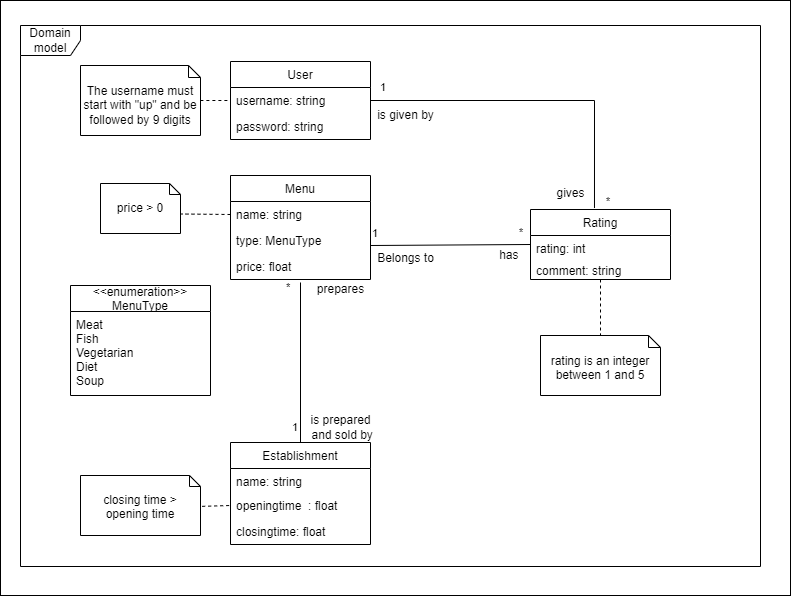
The draw.io diagram images/DomainModel.png in LEIC-ES-2021-22/2LEIC11T3, before a commit. Source tidied: cells renumbered, new cells last; positions are measured from the earlier drawing's top-left corner, leaving out a move shared by most shapes. Source of this version:
```xml
<mxGraphModel>
  <root>
    <mxCell id="0" />
    <mxCell id="1" parent="0" />
    <mxCell id="2" style="rounded=0;whiteSpace=wrap;html=1;" parent="1" vertex="1">
      <mxGeometry width="790" height="595" as="geometry" />
    </mxCell>
    <mxCell id="3" value="User" style="swimlane;fontStyle=0;horizontal=1;startSize=26;fillColor=none;" parent="1" vertex="1">
      <mxGeometry x="230" y="61" width="140" height="78" as="geometry" />
    </mxCell>
    <mxCell id="4" value="username: string" style="text;strokeColor=none;fillColor=none;align=left;verticalAlign=top;spacingLeft=4;spacingRight=4;overflow=hidden;points=[[0,0.5],[1,0.5]];portConstraint=eastwest;" parent="3" vertex="1">
      <mxGeometry y="26" width="140" height="26" as="geometry" />
    </mxCell>
    <mxCell id="5" value="password: string" style="text;strokeColor=none;fillColor=none;align=left;verticalAlign=top;spacingLeft=4;spacingRight=4;overflow=hidden;" parent="3" vertex="1">
      <mxGeometry y="52" width="140" height="26" as="geometry" />
    </mxCell>
    <mxCell id="6" value="Rating" style="swimlane;fontStyle=0;horizontal=1;startSize=26;fillColor=none;" parent="1" vertex="1">
      <mxGeometry x="530" y="209" width="140" height="70" as="geometry" />
    </mxCell>
    <mxCell id="7" value="rating: int" style="text;strokeColor=none;fillColor=none;align=left;verticalAlign=top;spacingLeft=4;spacingRight=4;overflow=hidden;" parent="6" vertex="1">
      <mxGeometry y="26" width="140" height="22" as="geometry" />
    </mxCell>
    <mxCell id="8" value="comment: string" style="text;strokeColor=none;fillColor=none;align=left;verticalAlign=top;spacingLeft=4;spacingRight=4;overflow=hidden;points=[[0,0.5],[1,0.5]];portConstraint=eastwest;" parent="6" vertex="1">
      <mxGeometry y="48" width="140" height="22" as="geometry" />
    </mxCell>
    <mxCell id="9" value="Domain model" style="shape=umlFrame;whiteSpace=wrap;html=1;" parent="1" vertex="1">
      <mxGeometry x="20" y="25" width="740" height="541" as="geometry" />
    </mxCell>
    <mxCell id="10" value="Menu" style="swimlane;fontStyle=0;horizontal=1;startSize=26;fillColor=none;" parent="1" vertex="1">
      <mxGeometry x="230" y="175" width="140" height="104" as="geometry" />
    </mxCell>
    <mxCell id="11" value="name: string" style="text;strokeColor=none;fillColor=none;align=left;verticalAlign=top;spacingLeft=4;spacingRight=4;overflow=hidden;points=[[0,0.5],[1,0.5]];portConstraint=eastwest;" parent="10" vertex="1">
      <mxGeometry y="26" width="140" height="26" as="geometry" />
    </mxCell>
    <mxCell id="12" value="type: MenuType" style="text;strokeColor=none;fillColor=none;align=left;verticalAlign=top;spacingLeft=4;spacingRight=4;overflow=hidden;" parent="10" vertex="1">
      <mxGeometry y="52" width="140" height="26" as="geometry" />
    </mxCell>
    <mxCell id="13" value="price: float&#10;" style="text;strokeColor=none;fillColor=none;align=left;verticalAlign=top;spacingLeft=4;spacingRight=4;overflow=hidden;points=[[0,0.5],[1,0.5]];portConstraint=eastwest;" parent="10" vertex="1">
      <mxGeometry y="78" width="140" height="26" as="geometry" />
    </mxCell>
    <mxCell id="14" style="endArrow=none;html=1;edgeStyle=orthogonalEdgeStyle;rounded=0;entryX=0;entryY=0.5;entryDx=0;entryDy=0;" parent="1" edge="1" target="6">
      <mxGeometry relative="1" as="geometry">
        <mxPoint x="370" y="251" as="sourcePoint" />
        <Array as="points">
          <mxPoint x="370" y="245" />
        </Array>
      </mxGeometry>
    </mxCell>
    <mxCell id="15" value="&lt;div&gt;1&lt;/div&gt;" style="edgeLabel;html=1;align=left;verticalAlign=bottom;" parent="14" vertex="1">
      <mxGeometry x="-1" relative="1" as="geometry">
        <mxPoint y="-10" as="offset" />
      </mxGeometry>
    </mxCell>
    <mxCell id="16" value="*" style="edgeLabel;html=1;align=right;verticalAlign=bottom;" parent="14" vertex="1">
      <mxGeometry x="1" relative="1" as="geometry">
        <mxPoint x="80" y="-35" as="offset" />
      </mxGeometry>
    </mxCell>
    <mxCell id="17" value="Establishment" style="swimlane;fontStyle=0;horizontal=1;startSize=26;fillColor=none;" parent="1" vertex="1">
      <mxGeometry x="230" y="442" width="140" height="102" as="geometry" />
    </mxCell>
    <mxCell id="18" value="name: string" style="text;strokeColor=none;fillColor=none;align=left;verticalAlign=top;spacingLeft=4;spacingRight=4;overflow=hidden;" parent="17" vertex="1">
      <mxGeometry y="26" width="140" height="24" as="geometry" />
    </mxCell>
    <mxCell id="19" value="openingtime  : float" style="text;strokeColor=none;fillColor=none;align=left;verticalAlign=top;spacingLeft=4;spacingRight=4;overflow=hidden;points=[[0,0.5],[1,0.5]];portConstraint=eastwest;" parent="17" vertex="1">
      <mxGeometry y="50" width="140" height="26" as="geometry" />
    </mxCell>
    <mxCell id="20" value="closingtime: float" style="text;strokeColor=none;fillColor=none;align=left;verticalAlign=top;spacingLeft=4;spacingRight=4;overflow=hidden;" parent="17" vertex="1">
      <mxGeometry y="76" width="140" height="26" as="geometry" />
    </mxCell>
    <mxCell id="21" style="endArrow=none;html=1;edgeStyle=orthogonalEdgeStyle;rounded=0;entryX=1;entryY=0.5;entryDx=0;entryDy=0;exitX=0.457;exitY=-0.021;exitDx=0;exitDy=0;exitPerimeter=0;" parent="1" edge="1" source="6" target="4">
      <mxGeometry relative="1" as="geometry">
        <Array as="points">
          <mxPoint x="594" y="100" />
        </Array>
      </mxGeometry>
    </mxCell>
    <mxCell id="22" value="1" style="edgeLabel;html=1;align=right;verticalAlign=bottom;" parent="21" vertex="1">
      <mxGeometry x="1" relative="1" as="geometry">
        <mxPoint x="16" y="-5" as="offset" />
      </mxGeometry>
    </mxCell>
    <mxCell id="23" value="The username must start with &quot;up&quot; and be followed by 9 digits" style="shape=note2;boundedLbl=1;whiteSpace=wrap;html=1;size=12;verticalAlign=top;align=center;" parent="1" vertex="1">
      <mxGeometry x="80" y="65" width="120" height="70" as="geometry" />
    </mxCell>
    <mxCell id="24" value="price &amp;gt; 0" style="shape=note2;boundedLbl=1;whiteSpace=wrap;html=1;size=11;verticalAlign=top;align=center;" parent="1" vertex="1">
      <mxGeometry x="100" y="183" width="80" height="50" as="geometry" />
    </mxCell>
    <mxCell id="25" value="rating is an integer between 1 and 5" style="shape=note2;boundedLbl=1;whiteSpace=wrap;html=1;size=12;verticalAlign=top;align=center;" parent="1" vertex="1">
      <mxGeometry x="540" y="335" width="120" height="60" as="geometry" />
    </mxCell>
    <mxCell id="26" style="endArrow=none;dashed=1;html=1;rounded=0;exitX=0.999;exitY=0.5;exitDx=0;exitDy=0;exitPerimeter=0;entryX=0;entryY=0.5;entryDx=0;entryDy=0;" parent="1" edge="1" source="23" target="4">
      <mxGeometry relative="1" as="geometry" />
    </mxCell>
    <mxCell id="27" value="&lt;&lt;enumeration&gt;&gt;&#10;MenuType" style="swimlane;fontStyle=0;horizontal=1;startSize=26;fillColor=none;" parent="1" vertex="1">
      <mxGeometry x="70" y="285" width="140" height="110" as="geometry" />
    </mxCell>
    <mxCell id="28" value="Meat&#10;Fish&#10;Vegetarian&#10;Diet&#10;Soup" style="text;strokeColor=none;fillColor=none;align=left;verticalAlign=top;spacingLeft=4;spacingRight=4;overflow=hidden;" parent="27" vertex="1">
      <mxGeometry y="26" width="140" height="84" as="geometry" />
    </mxCell>
    <mxCell id="29" style="endArrow=none;dashed=1;html=1;rounded=0;entryX=0.5;entryY=0;entryDx=0;entryDy=0;entryPerimeter=0;" parent="1" edge="1" source="8" target="25">
      <mxGeometry relative="1" as="geometry" />
    </mxCell>
    <mxCell id="30" style="endArrow=none;dashed=1;html=1;rounded=0;entryX=0;entryY=0;entryDx=80;entryDy=30.5;exitX=0;exitY=0.5;exitDx=0;exitDy=0;entryPerimeter=0;" parent="1" edge="1" source="11" target="24">
      <mxGeometry relative="1" as="geometry" />
    </mxCell>
    <mxCell id="31" value="closing time &amp;gt; opening time" style="shape=note2;boundedLbl=1;whiteSpace=wrap;html=1;size=11;verticalAlign=top;align=center;" parent="1" vertex="1">
      <mxGeometry x="80" y="475" width="120" height="60" as="geometry" />
    </mxCell>
    <mxCell id="32" style="endArrow=none;dashed=1;html=1;rounded=0;entryX=0;entryY=0.5;entryDx=0;entryDy=0;exitX=1.014;exitY=0.514;exitDx=0;exitDy=0;exitPerimeter=0;" parent="1" edge="1" source="31" target="19">
      <mxGeometry relative="1" as="geometry" />
    </mxCell>
    <mxCell id="33" style="endArrow=none;html=1;rounded=0;exitX=0.5;exitY=0;exitDx=0;exitDy=0;entryX=0.5;entryY=1.115;entryDx=0;entryDy=0;entryPerimeter=0;" parent="1" edge="1" source="17" target="13">
      <mxGeometry relative="1" as="geometry" />
    </mxCell>
    <mxCell id="34" value="&lt;div&gt;*&lt;/div&gt;" style="edgeLabel;html=1;align=left;verticalAlign=bottom;" parent="1" vertex="1">
      <mxGeometry x="360" y="233" as="geometry">
        <mxPoint x="-76" y="62" as="offset" />
      </mxGeometry>
    </mxCell>
    <mxCell id="35" value="&lt;div&gt;1&lt;/div&gt;" style="edgeLabel;html=1;align=left;verticalAlign=bottom;" parent="1" vertex="1">
      <mxGeometry x="290" y="435" as="geometry" />
    </mxCell>
    <mxCell id="36" value="prepares" style="text;html=1;align=center;verticalAlign=middle;strokeColor=none;fillColor=none;" parent="1" vertex="1">
      <mxGeometry x="310" y="279" width="60" height="20" as="geometry" />
    </mxCell>
    <mxCell id="37" value="is prepared&lt;br&gt;&amp;nbsp;and sold by" style="text;html=1;align=center;verticalAlign=middle;strokeColor=none;fillColor=none;" parent="1" vertex="1">
      <mxGeometry x="300" y="412" width="80" height="30" as="geometry" />
    </mxCell>
    <mxCell id="38" value="*" style="edgeLabel;html=1;align=right;verticalAlign=bottom;" parent="1" vertex="1">
      <mxGeometry x="620" y="214" as="geometry">
        <mxPoint x="-97" y="26" as="offset" />
      </mxGeometry>
    </mxCell>
    <mxCell id="39" value="gives" style="text;html=1;align=center;verticalAlign=middle;strokeColor=none;fillColor=none;" parent="1" vertex="1">
      <mxGeometry x="550" y="183" width="40" height="20" as="geometry" />
    </mxCell>
    <mxCell id="40" value="is given by" style="text;html=1;align=center;verticalAlign=middle;strokeColor=none;fillColor=none;" parent="1" vertex="1">
      <mxGeometry x="370" y="105" width="70" height="20" as="geometry" />
    </mxCell>
    <mxCell id="41" value="Belongs to" style="text;html=1;align=center;verticalAlign=middle;strokeColor=none;fillColor=none;" parent="1" vertex="1">
      <mxGeometry x="370" y="248" width="70" height="20" as="geometry" />
    </mxCell>
    <mxCell id="42" value="has&amp;nbsp;" style="text;html=1;align=center;verticalAlign=middle;strokeColor=none;fillColor=none;" parent="1" vertex="1">
      <mxGeometry x="490" y="245" width="40" height="20" as="geometry" />
    </mxCell>
  </root>
</mxGraphModel>
```
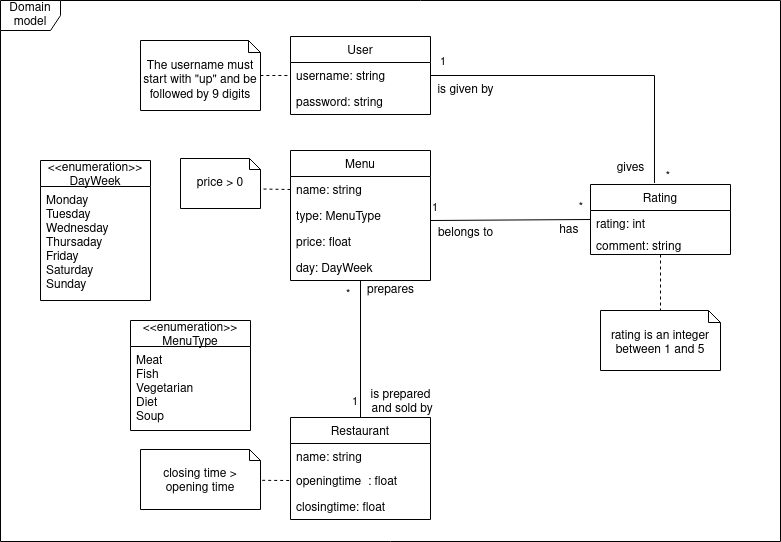
After the commit.

What changed in the source:
```diff
@@ -2,9 +2,6 @@
   <root>
     <mxCell id="0" />
     <mxCell id="1" parent="0" />
-    <mxCell id="2" style="rounded=0;whiteSpace=wrap;html=1;" parent="1" vertex="1">
-      <mxGeometry width="790" height="595" as="geometry" />
-    </mxCell>
     <mxCell id="3" value="User" style="swimlane;fontStyle=0;horizontal=1;startSize=26;fillColor=none;" parent="1" vertex="1">
       <mxGeometry x="230" y="61" width="140" height="78" as="geometry" />
     </mxCell>
@@ -24,10 +21,10 @@
       <mxGeometry y="48" width="140" height="22" as="geometry" />
     </mxCell>
     <mxCell id="9" value="Domain model" style="shape=umlFrame;whiteSpace=wrap;html=1;" parent="1" vertex="1">
-      <mxGeometry x="20" y="25" width="740" height="541" as="geometry" />
+      <mxGeometry x="-60" y="25" width="780" height="541" as="geometry" />
     </mxCell>
     <mxCell id="10" value="Menu" style="swimlane;fontStyle=0;horizontal=1;startSize=26;fillColor=none;" parent="1" vertex="1">
-      <mxGeometry x="230" y="175" width="140" height="104" as="geometry" />
+      <mxGeometry x="230" y="175" width="140" height="130" as="geometry" />
     </mxCell>
     <mxCell id="11" value="name: string" style="text;strokeColor=none;fillColor=none;align=left;verticalAlign=top;spacingLeft=4;spacingRight=4;overflow=hidden;points=[[0,0.5],[1,0.5]];portConstraint=eastwest;" parent="10" vertex="1">
       <mxGeometry y="26" width="140" height="26" as="geometry" />
@@ -38,6 +35,9 @@
     <mxCell id="13" value="price: float&#10;" style="text;strokeColor=none;fillColor=none;align=left;verticalAlign=top;spacingLeft=4;spacingRight=4;overflow=hidden;points=[[0,0.5],[1,0.5]];portConstraint=eastwest;" parent="10" vertex="1">
       <mxGeometry y="78" width="140" height="26" as="geometry" />
     </mxCell>
+    <mxCell id="43" value="day: DayWeek" style="text;strokeColor=none;fillColor=none;align=left;verticalAlign=top;spacingLeft=4;spacingRight=4;overflow=hidden;" parent="10" vertex="1">
+      <mxGeometry y="104" width="140" height="26" as="geometry" />
+    </mxCell>
     <mxCell id="14" style="endArrow=none;html=1;edgeStyle=orthogonalEdgeStyle;rounded=0;entryX=0;entryY=0.5;entryDx=0;entryDy=0;" parent="1" edge="1" target="6">
       <mxGeometry relative="1" as="geometry">
         <mxPoint x="370" y="251" as="sourcePoint" />
@@ -56,7 +56,7 @@
         <mxPoint x="80" y="-35" as="offset" />
       </mxGeometry>
     </mxCell>
-    <mxCell id="17" value="Establishment" style="swimlane;fontStyle=0;horizontal=1;startSize=26;fillColor=none;" parent="1" vertex="1">
+    <mxCell id="17" value="Restaurant" style="swimlane;fontStyle=0;horizontal=1;startSize=26;fillColor=none;" parent="1" vertex="1">
       <mxGeometry x="230" y="442" width="140" height="102" as="geometry" />
     </mxCell>
     <mxCell id="18" value="name: string" style="text;strokeColor=none;fillColor=none;align=left;verticalAlign=top;spacingLeft=4;spacingRight=4;overflow=hidden;" parent="17" vertex="1">
@@ -84,7 +84,7 @@
       <mxGeometry x="80" y="65" width="120" height="70" as="geometry" />
     </mxCell>
     <mxCell id="24" value="price &amp;gt; 0" style="shape=note2;boundedLbl=1;whiteSpace=wrap;html=1;size=11;verticalAlign=top;align=center;" parent="1" vertex="1">
-      <mxGeometry x="100" y="183" width="80" height="50" as="geometry" />
+      <mxGeometry x="120" y="183" width="80" height="50" as="geometry" />
     </mxCell>
     <mxCell id="25" value="rating is an integer between 1 and 5" style="shape=note2;boundedLbl=1;whiteSpace=wrap;html=1;size=12;verticalAlign=top;align=center;" parent="1" vertex="1">
       <mxGeometry x="540" y="335" width="120" height="60" as="geometry" />
@@ -93,10 +93,10 @@
       <mxGeometry relative="1" as="geometry" />
     </mxCell>
     <mxCell id="27" value="&lt;&lt;enumeration&gt;&gt;&#10;MenuType" style="swimlane;fontStyle=0;horizontal=1;startSize=26;fillColor=none;" parent="1" vertex="1">
-      <mxGeometry x="70" y="285" width="140" height="110" as="geometry" />
+      <mxGeometry x="70" y="345" width="120" height="110" as="geometry" />
     </mxCell>
     <mxCell id="28" value="Meat&#10;Fish&#10;Vegetarian&#10;Diet&#10;Soup" style="text;strokeColor=none;fillColor=none;align=left;verticalAlign=top;spacingLeft=4;spacingRight=4;overflow=hidden;" parent="27" vertex="1">
-      <mxGeometry y="26" width="140" height="84" as="geometry" />
+      <mxGeometry y="26" width="120" height="84" as="geometry" />
     </mxCell>
     <mxCell id="29" style="endArrow=none;dashed=1;html=1;rounded=0;entryX=0.5;entryY=0;entryDx=0;entryDy=0;entryPerimeter=0;" parent="1" edge="1" source="8" target="25">
       <mxGeometry relative="1" as="geometry" />
@@ -105,16 +105,18 @@
       <mxGeometry relative="1" as="geometry" />
     </mxCell>
     <mxCell id="31" value="closing time &amp;gt; opening time" style="shape=note2;boundedLbl=1;whiteSpace=wrap;html=1;size=11;verticalAlign=top;align=center;" parent="1" vertex="1">
-      <mxGeometry x="80" y="475" width="120" height="60" as="geometry" />
+      <mxGeometry x="80" y="474" width="120" height="60" as="geometry" />
     </mxCell>
     <mxCell id="32" style="endArrow=none;dashed=1;html=1;rounded=0;entryX=0;entryY=0.5;entryDx=0;entryDy=0;exitX=1.014;exitY=0.514;exitDx=0;exitDy=0;exitPerimeter=0;" parent="1" edge="1" source="31" target="19">
       <mxGeometry relative="1" as="geometry" />
     </mxCell>
-    <mxCell id="33" style="endArrow=none;html=1;rounded=0;exitX=0.5;exitY=0;exitDx=0;exitDy=0;entryX=0.5;entryY=1.115;entryDx=0;entryDy=0;entryPerimeter=0;" parent="1" edge="1" source="17" target="13">
-      <mxGeometry relative="1" as="geometry" />
+    <mxCell id="33" style="endArrow=none;html=1;rounded=0;exitX=0.5;exitY=0;exitDx=0;exitDy=0;" parent="1" edge="1" source="17">
+      <mxGeometry relative="1" as="geometry">
+        <mxPoint x="300" y="305" as="targetPoint" />
+      </mxGeometry>
     </mxCell>
     <mxCell id="34" value="&lt;div&gt;*&lt;/div&gt;" style="edgeLabel;html=1;align=left;verticalAlign=bottom;" parent="1" vertex="1">
-      <mxGeometry x="360" y="233" as="geometry">
+      <mxGeometry x="360" y="265" as="geometry">
         <mxPoint x="-76" y="62" as="offset" />
       </mxGeometry>
     </mxCell>
@@ -122,7 +124,7 @@
       <mxGeometry x="290" y="435" as="geometry" />
     </mxCell>
     <mxCell id="36" value="prepares" style="text;html=1;align=center;verticalAlign=middle;strokeColor=none;fillColor=none;" parent="1" vertex="1">
-      <mxGeometry x="310" y="279" width="60" height="20" as="geometry" />
+      <mxGeometry x="300" y="305" width="60" height="20" as="geometry" />
     </mxCell>
     <mxCell id="37" value="is prepared&lt;br&gt;&amp;nbsp;and sold by" style="text;html=1;align=center;verticalAlign=middle;strokeColor=none;fillColor=none;" parent="1" vertex="1">
       <mxGeometry x="300" y="412" width="80" height="30" as="geometry" />
@@ -138,11 +140,17 @@
     <mxCell id="40" value="is given by" style="text;html=1;align=center;verticalAlign=middle;strokeColor=none;fillColor=none;" parent="1" vertex="1">
       <mxGeometry x="370" y="105" width="70" height="20" as="geometry" />
     </mxCell>
-    <mxCell id="41" value="Belongs to" style="text;html=1;align=center;verticalAlign=middle;strokeColor=none;fillColor=none;" parent="1" vertex="1">
+    <mxCell id="41" value="belongs to" style="text;html=1;align=center;verticalAlign=middle;strokeColor=none;fillColor=none;" parent="1" vertex="1">
       <mxGeometry x="370" y="248" width="70" height="20" as="geometry" />
     </mxCell>
     <mxCell id="42" value="has&amp;nbsp;" style="text;html=1;align=center;verticalAlign=middle;strokeColor=none;fillColor=none;" parent="1" vertex="1">
       <mxGeometry x="490" y="245" width="40" height="20" as="geometry" />
     </mxCell>
+    <mxCell id="44" value="&lt;&lt;enumeration&gt;&gt;&#10;DayWeek" style="swimlane;fontStyle=0;horizontal=1;startSize=26;fillColor=none;" parent="1" vertex="1">
+      <mxGeometry x="-20" y="185" width="110" height="140" as="geometry" />
+    </mxCell>
+    <mxCell id="45" value="Monday&#10;Tuesday&#10;Wednesday&#10;Thursaday&#10;Friday&#10;Saturday&#10;Sunday" style="text;strokeColor=none;fillColor=none;align=left;verticalAlign=top;spacingLeft=4;spacingRight=4;overflow=hidden;" parent="44" vertex="1">
+      <mxGeometry y="26" width="110" height="114" as="geometry" />
+    </mxCell>
   </root>
 </mxGraphModel>
```
